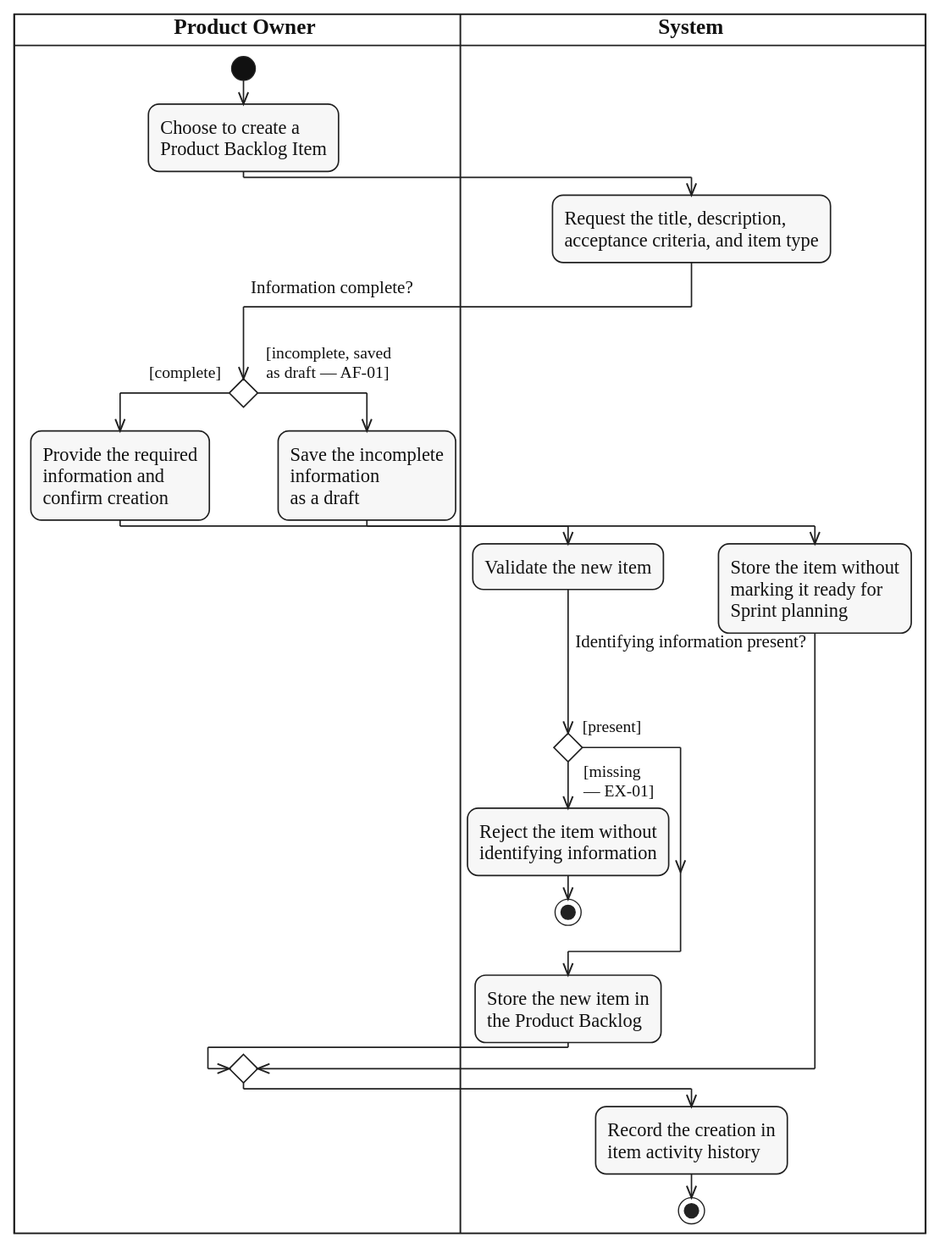
Earlier version of the PlantUML export diagrams/activity/product-backlog/svg/UC-BACKLOG-ITEM-CREATE.svg (lukenab/swd392-doc-automation). Its source is kept beside it as diagrams/activity/product-backlog/source/UC-BACKLOG-ITEM-CREATE.puml.
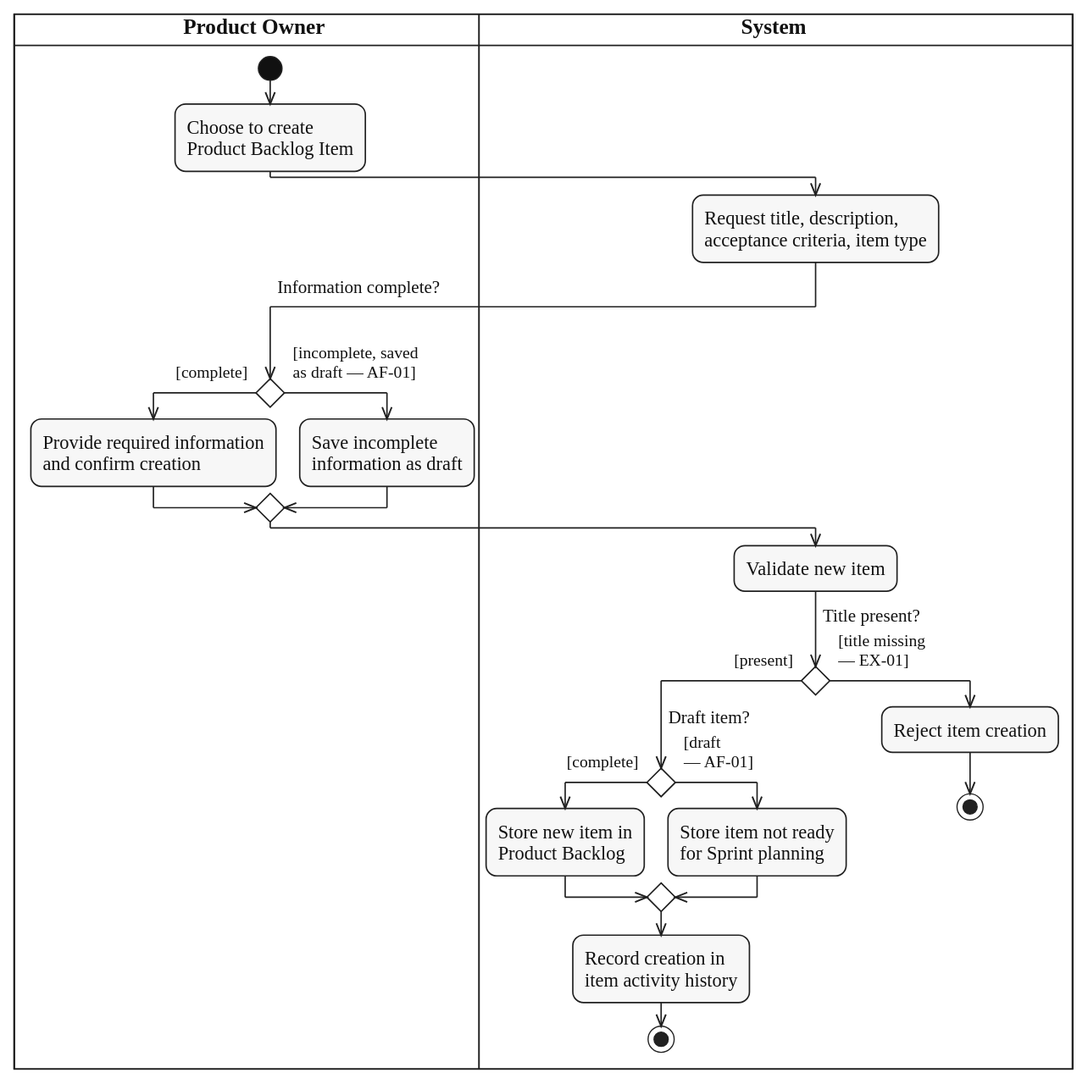
After the commit.

The edit, as a diff of the source:
```diff
@@ -6,37 +6,36 @@
 
 |PRO|
 start
-:Choose to create a
+:Choose to create
 Product Backlog Item;
 |SYS|
-:Request the title, description,
-acceptance criteria, and item type;
+:Request title, description,
+acceptance criteria, item type;
 |PRO|
 if ($question_x("Information complete?")) then ($guard_left("[complete]"))
-  :Provide the required
-  information and
-  confirm creation;
-  |SYS|
-  :Validate the new item;
-  if ($question_x("Identifying information present?")) then ($guard_left("[present]"))
-  else ($guard_right("[missing", "— EX-01]"))
-    :Reject the item without
-    identifying information;
-    stop
-  endif
-  :Store the new item in
-  the Product Backlog;
+  :Provide required information
+  and confirm creation;
 else ($guard_right("[incomplete, saved", "as draft — AF-01]"))
   |PRO|
-  :Save the incomplete
-  information
-  as a draft;
+  :Save incomplete
+  information as draft;
+endif
+|SYS|
+:Validate new item;
+if ($question("Title present?")) then ($guard_left("[present]"))
+  if ($question("Draft item?")) then ($guard_left("[complete]"))
+    :Store new item in
+    Product Backlog;
+  else ($guard_right("[draft", "— AF-01]"))
+    :Store item not ready
+    for Sprint planning;
+  endif
+  :Record creation in
+  item activity history;
+  stop
+else ($guard_right("[title missing", "— EX-01]"))
   |SYS|
-  :Store the item without
-  marking it ready for
-  Sprint planning;
+  :Reject item creation;
+  stop
 endif
-:Record the creation in
-item activity history;
-stop
 @enduml
```
